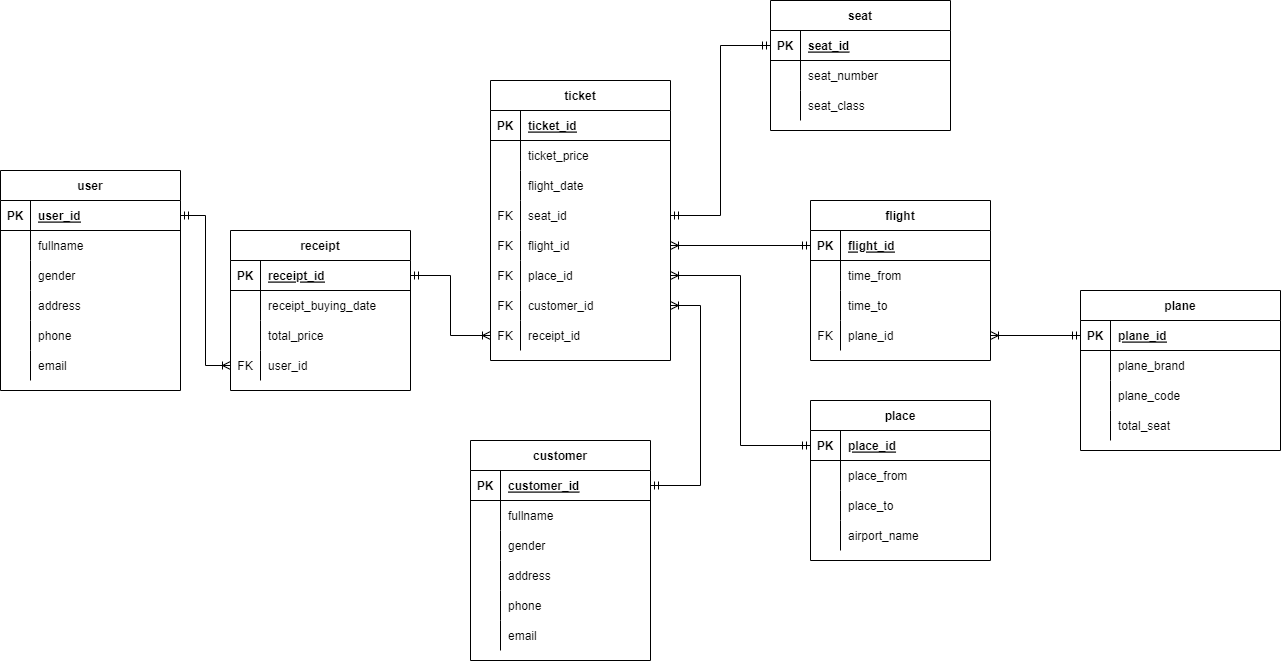
The draw.io diagram database/Database.png in GumBox/CloudAirlineG8, before a commit. Source tidied: cells renumbered, new cells last; positions are measured from the earlier drawing's top-left corner, leaving out a move shared by most shapes.
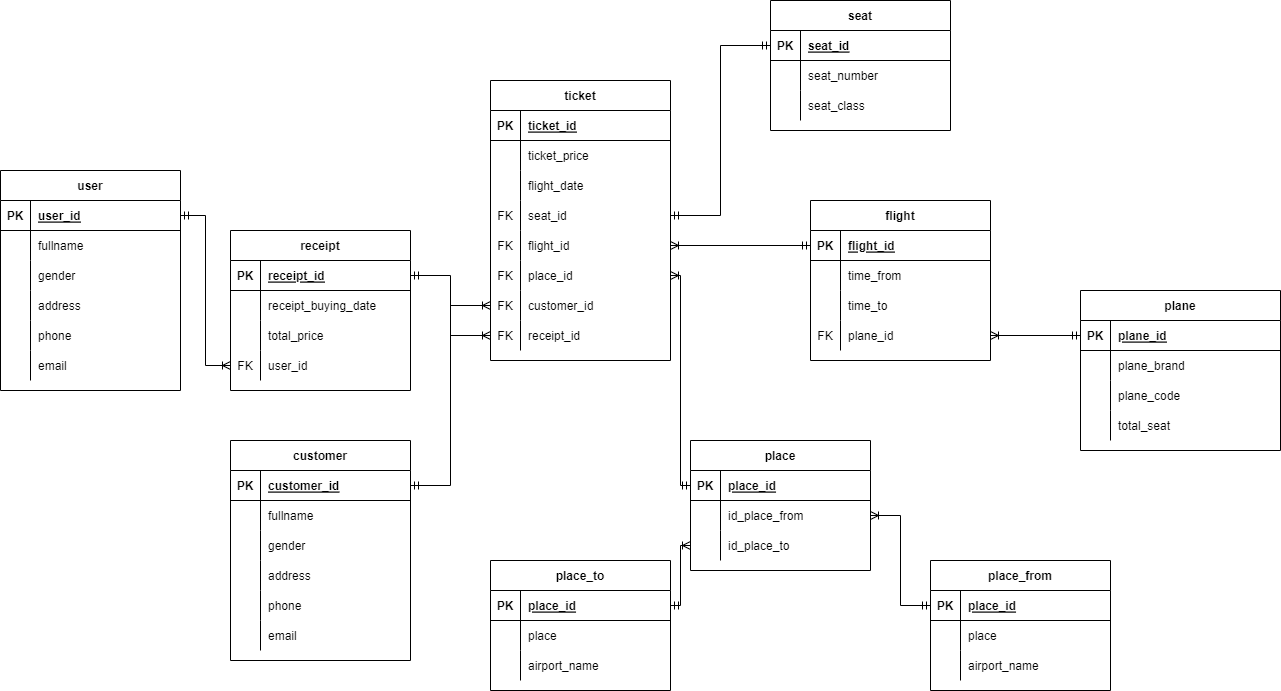
Above is the later version.

The edit, as a diff of the source:
```diff
@@ -3,7 +3,7 @@
     <mxCell id="0" />
     <mxCell id="1" parent="0" />
     <mxCell id="2" value="customer" style="shape=table;startSize=30;rowLines=0;fontStyle=1;align=center;" parent="1" vertex="1">
-      <mxGeometry x="470" y="440" width="180" height="220" as="geometry" />
+      <mxGeometry x="230" y="440" width="180" height="220" as="geometry" />
     </mxCell>
     <mxCell id="3" style="shape=tableRow;horizontal=0;startSize=0;swimlaneHead=0;swimlaneBody=0;fillColor=none;points=[[0,0.5],[1,0.5]];portConstraint=eastwest;top=0;left=0;right=0;bottom=1;" parent="2" vertex="1">
       <mxGeometry y="30" width="180" height="30" as="geometry" />
@@ -173,8 +173,8 @@
     <mxCell id="58" value="plane_id" style="shape=partialRectangle;fillColor=none;top=0;left=0;bottom=0;right=0;align=left;spacingLeft=6;overflow=hidden;" parent="56" vertex="1">
       <mxGeometry x="30" width="150" height="30" as="geometry" />
     </mxCell>
-    <mxCell id="59" value="place" style="shape=table;startSize=30;rowLines=0;fontStyle=1;align=center;verticalAlign=middle;" parent="1" vertex="1">
-      <mxGeometry x="810" y="400" width="180" height="160" as="geometry" />
+    <mxCell id="59" value="place_from" style="shape=table;startSize=30;rowLines=0;fontStyle=1;align=center;verticalAlign=middle;" parent="1" vertex="1">
+      <mxGeometry x="930" y="560" width="180" height="130" as="geometry" />
     </mxCell>
     <mxCell id="60" style="shape=tableRow;horizontal=0;startSize=0;swimlaneHead=0;swimlaneBody=0;fillColor=none;points=[[0,0.5],[1,0.5]];portConstraint=eastwest;top=0;left=0;right=0;bottom=1;" parent="59" vertex="1">
       <mxGeometry y="30" width="180" height="30" as="geometry" />
@@ -191,20 +191,11 @@
     <mxCell id="64" style="shape=partialRectangle;fillColor=none;top=0;left=0;bottom=0;right=0;overflow=hidden;" parent="63" vertex="1">
       <mxGeometry width="30" height="30" as="geometry" />
     </mxCell>
-    <mxCell id="65" value="place_from" style="shape=partialRectangle;fillColor=none;top=0;left=0;bottom=0;right=0;align=left;spacingLeft=6;overflow=hidden;" parent="63" vertex="1">
+    <mxCell id="65" value="place" style="shape=partialRectangle;fillColor=none;top=0;left=0;bottom=0;right=0;align=left;spacingLeft=6;overflow=hidden;" parent="63" vertex="1">
       <mxGeometry x="30" width="150" height="30" as="geometry" />
     </mxCell>
-    <mxCell id="66" style="shape=tableRow;horizontal=0;startSize=0;swimlaneHead=0;swimlaneBody=0;fillColor=none;top=0;left=0;right=0;bottom=0;" parent="59" vertex="1">
-      <mxGeometry y="90" width="180" height="30" as="geometry" />
-    </mxCell>
-    <mxCell id="67" style="shape=partialRectangle;fillColor=none;top=0;left=0;bottom=0;right=0;overflow=hidden;" parent="66" vertex="1">
-      <mxGeometry width="30" height="30" as="geometry" />
-    </mxCell>
-    <mxCell id="68" value="place_to" style="shape=partialRectangle;fillColor=none;top=0;left=0;bottom=0;right=0;align=left;spacingLeft=6;overflow=hidden;" parent="66" vertex="1">
-      <mxGeometry x="30" width="150" height="30" as="geometry" />
-    </mxCell>
     <mxCell id="69" style="shape=tableRow;horizontal=0;startSize=0;swimlaneHead=0;swimlaneBody=0;fillColor=none;top=0;left=0;right=0;bottom=0;" parent="59" vertex="1">
-      <mxGeometry y="120" width="180" height="30" as="geometry" />
+      <mxGeometry y="90" width="180" height="30" as="geometry" />
     </mxCell>
     <mxCell id="70" style="shape=partialRectangle;fillColor=none;top=0;left=0;bottom=0;right=0;overflow=hidden;" parent="69" vertex="1">
       <mxGeometry width="30" height="30" as="geometry" />
@@ -212,7 +203,7 @@
     <mxCell id="71" value="airport_name" style="shape=partialRectangle;fillColor=none;top=0;left=0;bottom=0;right=0;align=left;spacingLeft=6;overflow=hidden;" parent="69" vertex="1">
       <mxGeometry x="30" width="150" height="30" as="geometry" />
     </mxCell>
-    <mxCell id="72" style="fontSize=12;html=1;endArrow=ERoneToMany;startArrow=ERmandOne;rounded=0;edgeStyle=orthogonalEdgeStyle;" parent="1" edge="1" source="60" target="37">
+    <mxCell id="72" style="fontSize=12;html=1;endArrow=ERoneToMany;startArrow=ERmandOne;rounded=0;edgeStyle=orthogonalEdgeStyle;" parent="1" edge="1" source="60" target="147">
       <mxGeometry relative="1" as="geometry" />
     </mxCell>
     <mxCell id="73" value="receipt" style="shape=table;startSize=30;rowLines=0;fontStyle=1;align=center;verticalAlign=middle;" parent="1" vertex="1">
@@ -254,7 +245,7 @@
     <mxCell id="85" value="user_id" style="shape=partialRectangle;fillColor=none;top=0;left=0;bottom=0;right=0;align=left;spacingLeft=6;overflow=hidden;" parent="83" vertex="1">
       <mxGeometry x="30" width="150" height="30" as="geometry" />
     </mxCell>
-    <mxCell id="86" style="edgeStyle=entityRelationEdgeStyle;fontSize=12;html=1;endArrow=ERoneToMany;startArrow=ERmandOne;rounded=0;" parent="1" edge="1" source="3" target="40">
+    <mxCell id="86" style="edgeStyle=orthogonalEdgeStyle;fontSize=12;html=1;endArrow=ERoneToMany;startArrow=ERmandOne;rounded=0;" parent="1" edge="1" source="3" target="40">
       <mxGeometry relative="1" as="geometry" />
     </mxCell>
     <mxCell id="87" value="user" style="shape=table;startSize=30;rowLines=0;fontStyle=1;align=center;verticalAlign=middle;" parent="1" vertex="1">
@@ -398,5 +389,71 @@
     <mxCell id="133" style="edgeStyle=orthogonalEdgeStyle;fontSize=12;html=1;endArrow=ERmandOne;startArrow=ERmandOne;rounded=0;" parent="1" edge="1" source="31" target="124">
       <mxGeometry relative="1" as="geometry" />
     </mxCell>
+    <mxCell id="68" value="place_to" style="shape=table;startSize=30;rowLines=0;fontStyle=1;align=center;verticalAlign=middle;" parent="1" vertex="1">
+      <mxGeometry x="490" y="560" width="180" height="130" as="geometry" />
+    </mxCell>
+    <mxCell id="134" style="shape=tableRow;horizontal=0;startSize=0;swimlaneHead=0;swimlaneBody=0;fillColor=none;points=[[0,0.5],[1,0.5]];portConstraint=eastwest;top=0;left=0;right=0;bottom=1;" parent="68" vertex="1">
+      <mxGeometry y="30" width="180" height="30" as="geometry" />
+    </mxCell>
+    <mxCell id="135" value="PK" style="shape=partialRectangle;fillColor=none;top=0;left=0;bottom=0;right=0;fontStyle=1;overflow=hidden;" parent="134" vertex="1">
+      <mxGeometry width="30" height="30" as="geometry" />
+    </mxCell>
+    <mxCell id="136" value="place_id" style="shape=partialRectangle;fillColor=none;top=0;left=0;bottom=0;right=0;align=left;spacingLeft=6;fontStyle=5;overflow=hidden;" parent="134" vertex="1">
+      <mxGeometry x="30" width="150" height="30" as="geometry" />
+    </mxCell>
+    <mxCell id="137" style="shape=tableRow;horizontal=0;startSize=0;swimlaneHead=0;swimlaneBody=0;fillColor=none;top=0;left=0;right=0;bottom=0;" parent="68" vertex="1">
+      <mxGeometry y="60" width="180" height="30" as="geometry" />
+    </mxCell>
+    <mxCell id="138" style="shape=partialRectangle;fillColor=none;top=0;left=0;bottom=0;right=0;overflow=hidden;" parent="137" vertex="1">
+      <mxGeometry width="30" height="30" as="geometry" />
+    </mxCell>
+    <mxCell id="139" value="place" style="shape=partialRectangle;fillColor=none;top=0;left=0;bottom=0;right=0;align=left;spacingLeft=6;overflow=hidden;" parent="137" vertex="1">
+      <mxGeometry x="30" width="150" height="30" as="geometry" />
+    </mxCell>
+    <mxCell id="140" style="shape=tableRow;horizontal=0;startSize=0;swimlaneHead=0;swimlaneBody=0;fillColor=none;top=0;left=0;right=0;bottom=0;" parent="68" vertex="1">
+      <mxGeometry y="90" width="180" height="30" as="geometry" />
+    </mxCell>
+    <mxCell id="141" style="shape=partialRectangle;fillColor=none;top=0;left=0;bottom=0;right=0;overflow=hidden;" parent="140" vertex="1">
+      <mxGeometry width="30" height="30" as="geometry" />
+    </mxCell>
+    <mxCell id="142" value="airport_name" style="shape=partialRectangle;fillColor=none;top=0;left=0;bottom=0;right=0;align=left;spacingLeft=6;overflow=hidden;" parent="140" vertex="1">
+      <mxGeometry x="30" width="150" height="30" as="geometry" />
+    </mxCell>
+    <mxCell id="143" value="place" style="shape=table;startSize=30;rowLines=0;fontStyle=1;align=center;verticalAlign=middle;" parent="1" vertex="1">
+      <mxGeometry x="690" y="440" width="180" height="130" as="geometry" />
+    </mxCell>
+    <mxCell id="144" style="shape=tableRow;horizontal=0;startSize=0;swimlaneHead=0;swimlaneBody=0;fillColor=none;points=[[0,0.5],[1,0.5]];portConstraint=eastwest;top=0;left=0;right=0;bottom=1;" parent="143" vertex="1">
+      <mxGeometry y="30" width="180" height="30" as="geometry" />
+    </mxCell>
+    <mxCell id="145" value="PK" style="shape=partialRectangle;fillColor=none;top=0;left=0;bottom=0;right=0;fontStyle=1;overflow=hidden;" parent="144" vertex="1">
+      <mxGeometry width="30" height="30" as="geometry" />
+    </mxCell>
+    <mxCell id="146" value="place_id" style="shape=partialRectangle;fillColor=none;top=0;left=0;bottom=0;right=0;align=left;spacingLeft=6;fontStyle=5;overflow=hidden;" parent="144" vertex="1">
+      <mxGeometry x="30" width="150" height="30" as="geometry" />
+    </mxCell>
+    <mxCell id="147" style="shape=tableRow;horizontal=0;startSize=0;swimlaneHead=0;swimlaneBody=0;fillColor=none;points=[[0,0.5],[1,0.5]];portConstraint=eastwest;top=0;left=0;right=0;bottom=0;" parent="143" vertex="1">
+      <mxGeometry y="60" width="180" height="30" as="geometry" />
+    </mxCell>
+    <mxCell id="148" style="shape=partialRectangle;fillColor=none;top=0;left=0;bottom=0;right=0;overflow=hidden;" parent="147" vertex="1">
+      <mxGeometry width="30" height="30" as="geometry" />
+    </mxCell>
+    <mxCell id="149" value="id_place_from" style="shape=partialRectangle;fillColor=none;top=0;left=0;bottom=0;right=0;align=left;spacingLeft=6;overflow=hidden;" parent="147" vertex="1">
+      <mxGeometry x="30" width="150" height="30" as="geometry" />
+    </mxCell>
+    <mxCell id="150" style="shape=tableRow;horizontal=0;startSize=0;swimlaneHead=0;swimlaneBody=0;fillColor=none;points=[[0,0.5],[1,0.5]];portConstraint=eastwest;top=0;left=0;right=0;bottom=0;" parent="143" vertex="1">
+      <mxGeometry y="90" width="180" height="30" as="geometry" />
+    </mxCell>
+    <mxCell id="151" style="shape=partialRectangle;fillColor=none;top=0;left=0;bottom=0;right=0;overflow=hidden;" parent="150" vertex="1">
+      <mxGeometry width="30" height="30" as="geometry" />
+    </mxCell>
+    <mxCell id="152" value="id_place_to" style="shape=partialRectangle;fillColor=none;top=0;left=0;bottom=0;right=0;align=left;spacingLeft=6;overflow=hidden;" parent="150" vertex="1">
+      <mxGeometry x="30" width="150" height="30" as="geometry" />
+    </mxCell>
+    <mxCell id="153" style="fontSize=12;html=1;endArrow=ERoneToMany;startArrow=ERmandOne;rounded=0;edgeStyle=orthogonalEdgeStyle;" parent="1" edge="1" source="134" target="150">
+      <mxGeometry relative="1" as="geometry" />
+    </mxCell>
+    <mxCell id="154" style="fontSize=12;html=1;endArrow=ERoneToMany;startArrow=ERmandOne;rounded=0;edgeStyle=orthogonalEdgeStyle;" parent="1" edge="1" source="144" target="37">
+      <mxGeometry relative="1" as="geometry" />
+    </mxCell>
   </root>
 </mxGraphModel>
```
